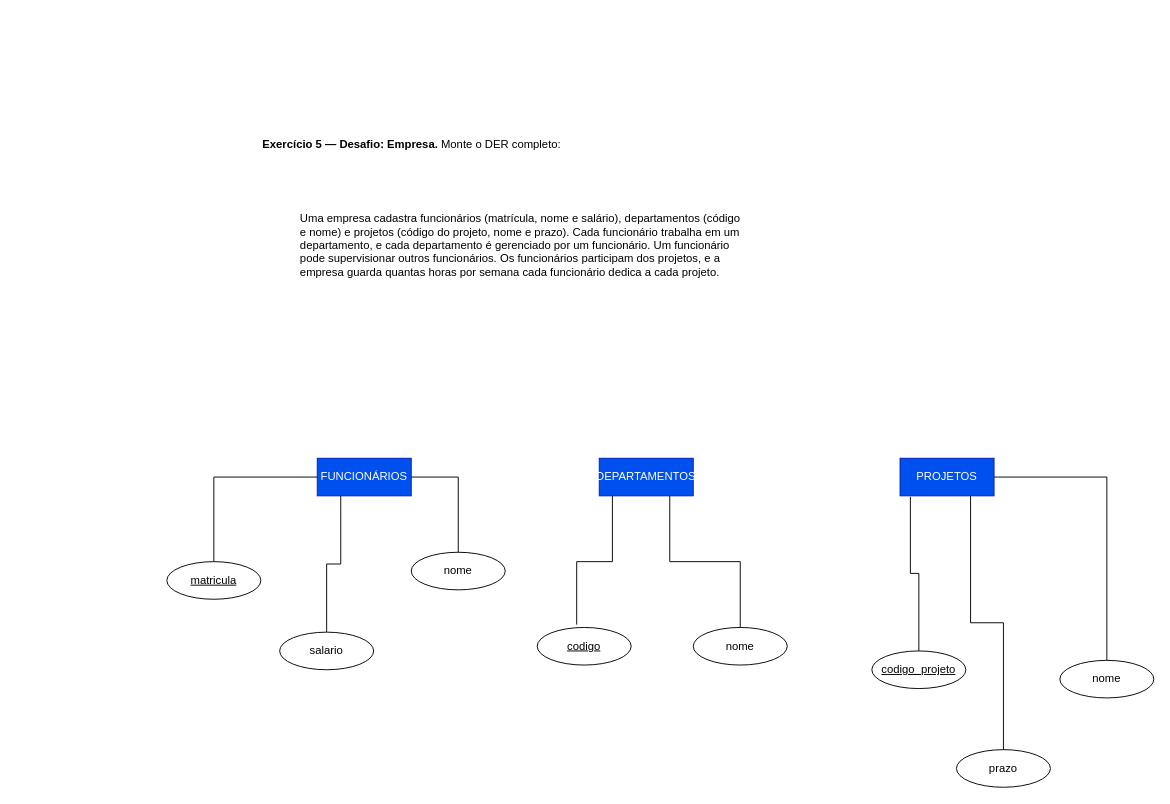
This is Relacionamentos/Ex5.drawio from Jose18hacks/Banco-de-Dados, a draw.io file, before an edit. Source tidied: cells renumbered, new cells numbered last; positions are measured from the earlier drawing's top-left corner, leaving out a move shared by most shapes. Both pictures are drawn from the tidied source at 94%, with x=0, y=0 at pixel (166, 119).
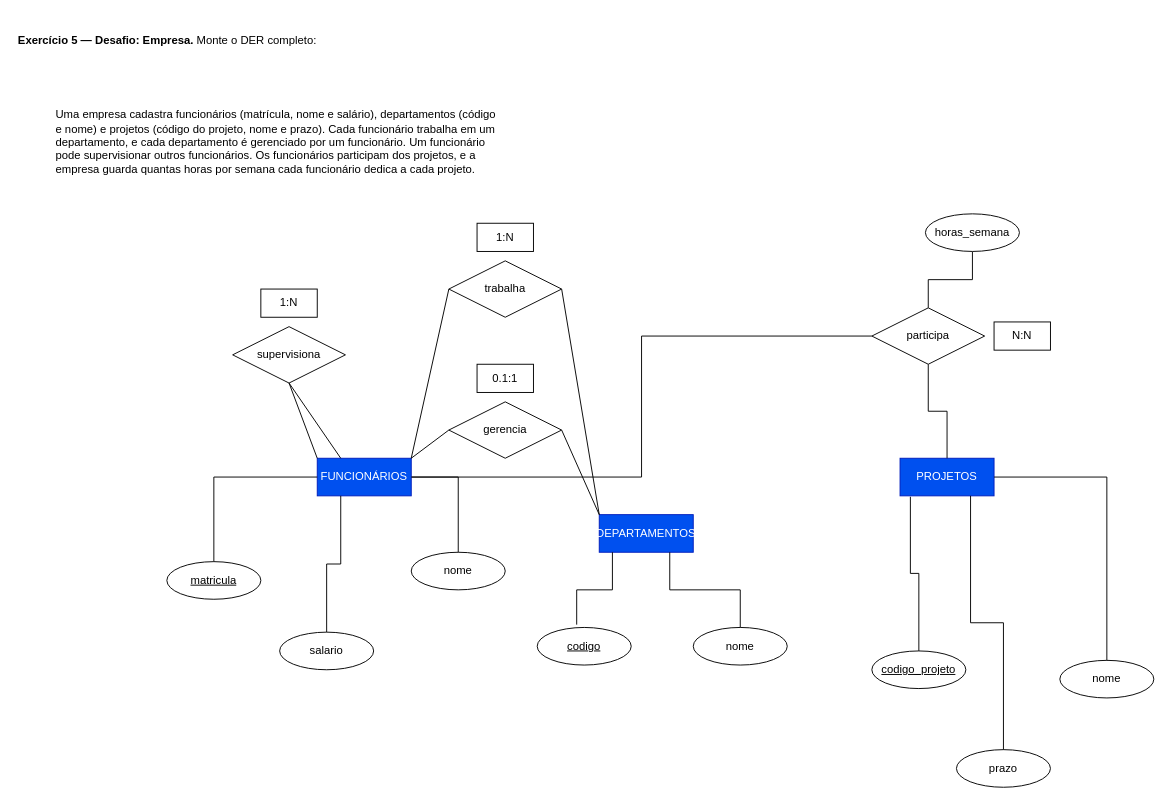
After the change.

The change refers to these unchanged cells:
```xml
<mxCell id="3" value="FUNCIONÁRIOS" style="whiteSpace=wrap;html=1;align=center;fillColor=#0050ef;fontColor=#ffffff;strokeColor=#001DBC;" parent="1" vertex="1">
  <mxGeometry x="160" y="360" width="100" height="40" as="geometry" />
</mxCell>
<mxCell id="5" value="PROJETOS" style="whiteSpace=wrap;html=1;align=center;fillColor=#0050ef;fontColor=#ffffff;strokeColor=#001DBC;" parent="1" vertex="1">
  <mxGeometry x="780" y="360" width="100" height="40" as="geometry" />
</mxCell>
```

The edit, as a diff of the source:
```diff
@@
     <mxCell id="2" value="&lt;p&gt;&lt;strong&gt;Exercício 5 — Desafio: Empresa.&lt;/strong&gt; Monte o DER completo:&lt;/p&gt;&lt;br&gt;&lt;blockquote&gt;&lt;br&gt;&lt;p&gt;Uma empresa cadastra funcionários (matrícula, nome e salário), departamentos (código e nome) e projetos (código do projeto, nome e prazo). Cada funcionário trabalha em um departamento, e cada departamento é gerenciado por um funcionário. Um funcionário pode supervisionar outros funcionários. Os funcionários participam dos projetos, e a empresa guarda quantas horas por semana cada funcionário dedica a cada projeto.&lt;/p&gt;&lt;br&gt;&lt;/blockquote&gt;" style="text;whiteSpace=wrap;html=1;" parent="1" vertex="1">
-      <mxGeometry x="100" width="560" height="240" as="geometry" />
+      <mxGeometry x="-160" y="-110" width="560" height="240" as="geometry" />
     </mxCell>
+    <mxCell id="22" style="edgeStyle=orthogonalEdgeStyle;rounded=0;jettySize=auto;html=1;entryX=0;entryY=0.5;entryDx=0;entryDy=0;defaultLabelBackgroundColor=page;endArrow=none;endFill=0;" parent="1" edge="1" source="3" target="34">
+      <mxGeometry relative="1" as="geometry" />
+    </mxCell>
@@
     <mxCell id="4" value="DEPARTAMENTOS" style="whiteSpace=wrap;html=1;align=center;fillColor=#0050ef;fontColor=#ffffff;strokeColor=#001DBC;" parent="1" vertex="1">
-      <mxGeometry x="460" y="360" width="100" height="40" as="geometry" />
+      <mxGeometry x="460" y="420" width="100" height="40" as="geometry" />
     </mxCell>
@@
+    <mxCell id="23" style="endArrow=none;html=1;rounded=0;defaultLabelBackgroundColor=page;entryX=0;entryY=0.5;entryDx=0;entryDy=0;exitX=1;exitY=0;exitDx=0;exitDy=0;" parent="1" edge="1" source="3" target="27">
+      <mxGeometry relative="1" as="geometry" />
+    </mxCell>
+    <mxCell id="24" style="endArrow=none;html=1;rounded=0;defaultLabelBackgroundColor=page;entryX=1;entryY=0.5;entryDx=0;entryDy=0;exitX=0;exitY=0;exitDx=0;exitDy=0;" parent="1" edge="1" source="4" target="27">
+      <mxGeometry relative="1" as="geometry" />
+    </mxCell>
+    <mxCell id="25" style="endArrow=none;html=1;rounded=0;defaultLabelBackgroundColor=page;entryX=0;entryY=0.5;entryDx=0;entryDy=0;exitX=1;exitY=0;exitDx=0;exitDy=0;" parent="1" edge="1" source="3" target="28">
+      <mxGeometry relative="1" as="geometry" />
+    </mxCell>
+    <mxCell id="26" style="endArrow=none;html=1;rounded=0;defaultLabelBackgroundColor=page;entryX=1;entryY=0.5;entryDx=0;entryDy=0;exitX=0;exitY=0;exitDx=0;exitDy=0;" parent="1" edge="1" source="4" target="28">
+      <mxGeometry relative="1" as="geometry" />
+    </mxCell>
+    <mxCell id="27" value="trabalha" style="shape=rhombus;perimeter=rhombusPerimeter;whiteSpace=wrap;html=1;align=center;" parent="1" vertex="1">
+      <mxGeometry x="300" y="150" width="120" height="60" as="geometry" />
+    </mxCell>
+    <mxCell id="28" value="gerencia" style="shape=rhombus;perimeter=rhombusPerimeter;whiteSpace=wrap;html=1;align=center;" parent="1" vertex="1">
+      <mxGeometry x="300" y="300" width="120" height="60" as="geometry" />
+    </mxCell>
+    <mxCell id="29" value="supervisiona" style="shape=rhombus;perimeter=rhombusPerimeter;whiteSpace=wrap;html=1;align=center;" parent="1" vertex="1">
+      <mxGeometry x="70" y="220" width="120" height="60" as="geometry" />
+    </mxCell>
+    <mxCell id="30" style="endArrow=none;html=1;rounded=0;defaultLabelBackgroundColor=page;entryX=0.5;entryY=1;entryDx=0;entryDy=0;exitX=0;exitY=0;exitDx=0;exitDy=0;" parent="1" edge="1" source="3" target="29">
+      <mxGeometry relative="1" as="geometry" />
+    </mxCell>
+    <mxCell id="31" style="endArrow=none;html=1;rounded=0;defaultLabelBackgroundColor=page;entryX=0.5;entryY=1;entryDx=0;entryDy=0;exitX=0.25;exitY=0;exitDx=0;exitDy=0;" parent="1" edge="1" source="3" target="29">
+      <mxGeometry relative="1" as="geometry" />
+    </mxCell>
+    <mxCell id="32" style="edgeStyle=orthogonalEdgeStyle;rounded=0;jettySize=auto;html=1;defaultLabelBackgroundColor=page;endArrow=none;endFill=0;" parent="1" edge="1" source="34" target="5">
+      <mxGeometry relative="1" as="geometry" />
+    </mxCell>
+    <mxCell id="33" style="edgeStyle=orthogonalEdgeStyle;rounded=0;jettySize=auto;html=1;entryX=0.5;entryY=1;entryDx=0;entryDy=0;defaultLabelBackgroundColor=page;endArrow=none;endFill=0;" parent="1" edge="1" source="34" target="35">
+      <mxGeometry relative="1" as="geometry" />
+    </mxCell>
+    <mxCell id="34" value="participa" style="shape=rhombus;perimeter=rhombusPerimeter;whiteSpace=wrap;html=1;align=center;" parent="1" vertex="1">
+      <mxGeometry x="750" y="200" width="120" height="60" as="geometry" />
+    </mxCell>
+    <mxCell id="35" value="horas_semana" style="ellipse;whiteSpace=wrap;html=1;align=center;" parent="1" vertex="1">
+      <mxGeometry x="807" y="100" width="100" height="40" as="geometry" />
+    </mxCell>
+    <mxCell id="36" value="0.1:1" style="text;html=1;whiteSpace=wrap;strokeColor=default;fillColor=light-dark(#FFFFFF,#000000);align=center;verticalAlign=middle;rounded=0;" parent="1" vertex="1">
+      <mxGeometry x="330" y="260" width="60" height="30" as="geometry" />
+    </mxCell>
+    <mxCell id="37" value="N:N" style="text;html=1;whiteSpace=wrap;strokeColor=default;fillColor=light-dark(#FFFFFF,#000000);align=center;verticalAlign=middle;rounded=0;" parent="1" vertex="1">
+      <mxGeometry x="880" y="215" width="60" height="30" as="geometry" />
+    </mxCell>
+    <mxCell id="38" value="1:N" style="text;html=1;whiteSpace=wrap;strokeColor=default;fillColor=light-dark(#FFFFFF,#000000);align=center;verticalAlign=middle;rounded=0;" parent="1" vertex="1">
+      <mxGeometry x="100" y="180" width="60" height="30" as="geometry" />
+    </mxCell>
+    <mxCell id="39" value="1:N" style="text;html=1;whiteSpace=wrap;strokeColor=default;fillColor=light-dark(#FFFFFF,#000000);align=center;verticalAlign=middle;rounded=0;" parent="1" vertex="1">
+      <mxGeometry x="330" y="110" width="60" height="30" as="geometry" />
+    </mxCell>
```
